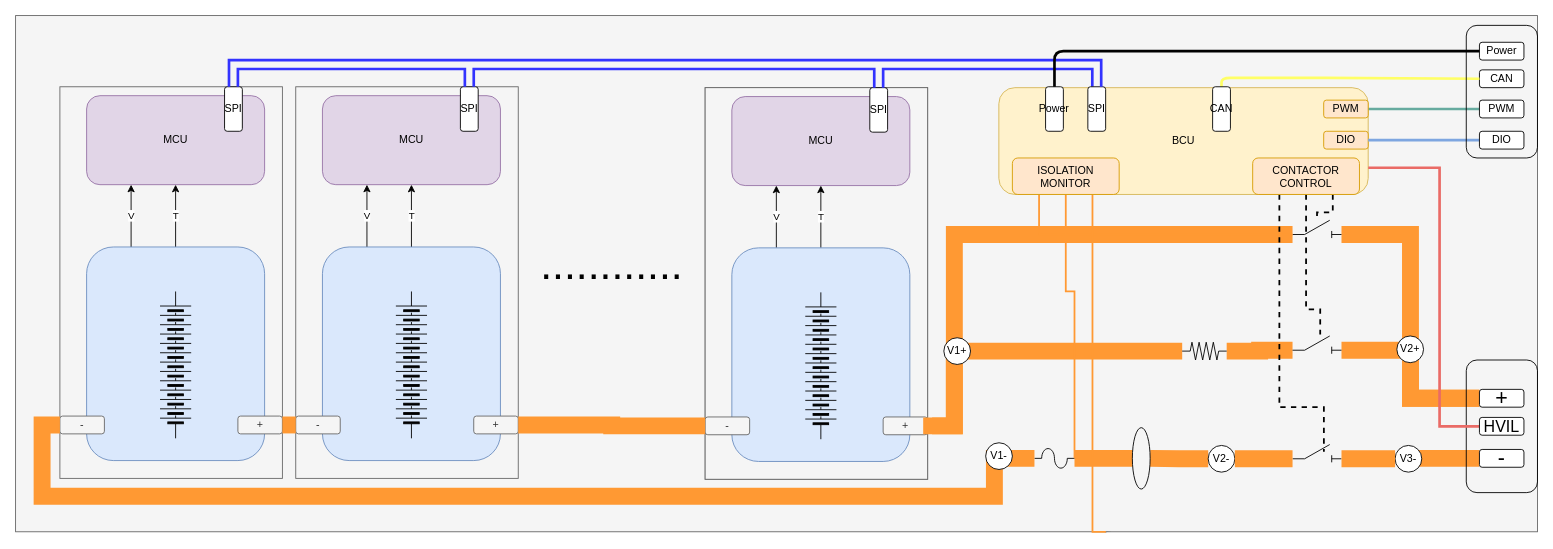
yusufselimkaratas/Draw_Io keeps this draw.io diagram as page "Page-3" (3 of 3) of DRAWINGS/HV_BMS_Flow.drawio. Above is the earlier version. Source tidied: cells renumbered, new cells numbered last; positions are measured from the earlier drawing's top-left corner, leaving out a move shared by most shapes. Both pictures are drawn from the tidied source at 89%, with x=0, y=0 at pixel (15, 15).
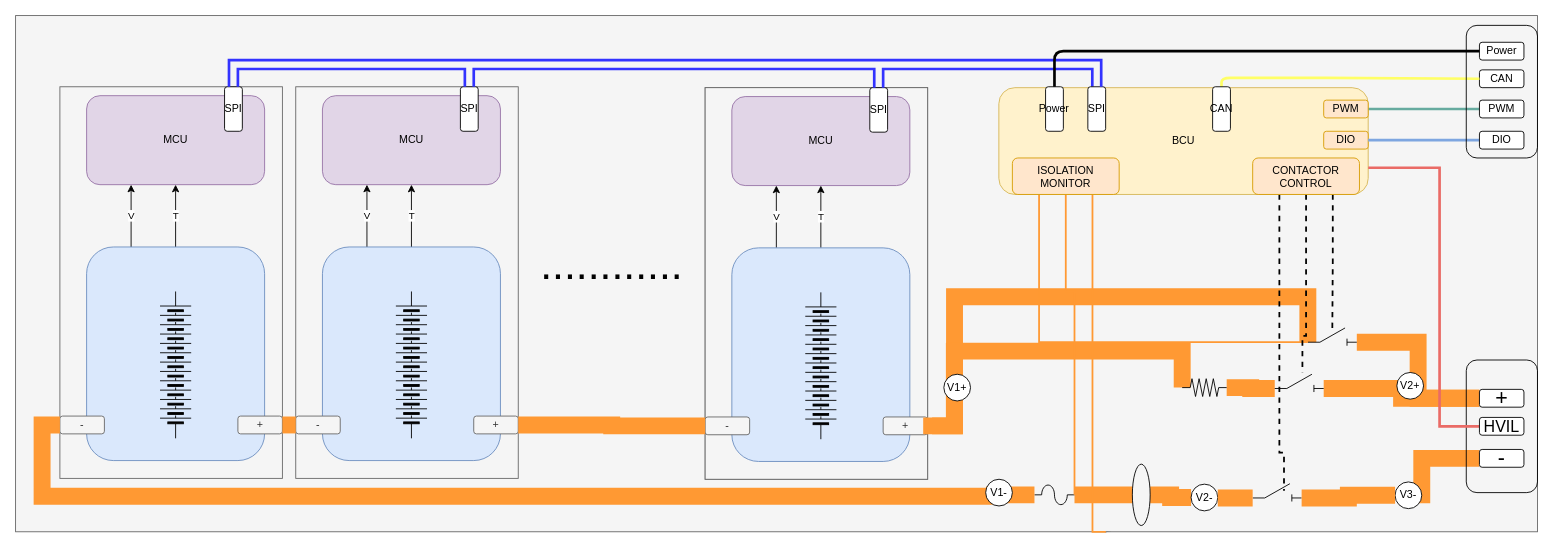
The same page after the edit.

Unchanged cells that the change refers to:
```xml
<mxCell id="82" value="CONTACTOR&lt;br&gt;CONTROL" style="rounded=1;whiteSpace=wrap;html=1;fillColor=#ffe6cc;strokeColor=#d79b00;" parent="1" vertex="1">
  <mxGeometry x="1390" y="160" width="120" height="41" as="geometry" />
</mxCell>
```

The edit, as a diff of the source:
```diff
@@
     <mxCell id="40" style="verticalLabelPosition=bottom;shadow=0;dashed=0;align=center;html=1;verticalAlign=top;shape=mxgraph.electrical.electro-mechanical.isolator;fillColor=none;" parent="1" vertex="1">
-      <mxGeometry x="1434.8" y="482" width="55" height="20" as="geometry" />
+      <mxGeometry x="1390" y="526" width="55" height="20" as="geometry" />
     </mxCell>
@@
     <mxCell id="42" style="verticalLabelPosition=bottom;shadow=0;dashed=0;align=center;html=1;verticalAlign=top;shape=mxgraph.electrical.miscellaneous.fuse_4;fillColor=none;" parent="1" vertex="1">
-      <mxGeometry x="1144.8" y="486.5" width="45" height="22" as="geometry" />
+      <mxGeometry x="1144.8" y="527.5" width="45" height="22" as="geometry" />
     </mxCell>
-    <mxCell id="43" style="edgeStyle=orthogonalEdgeStyle;rounded=0;jettySize=auto;html=1;exitX=1;exitY=0.5;exitDx=0;exitDy=0;endArrow=none;endFill=0;strokeColor=#CC6600;strokeWidth=19;" parent="1" edge="1" source="44">
-      <mxGeometry relative="1" as="geometry">
-        <mxPoint x="1274.8" y="498" as="targetPoint" />
-      </mxGeometry>
-    </mxCell>
     <mxCell id="44" style="ellipse;whiteSpace=wrap;html=1;fillColor=none;" parent="1" vertex="1">
-      <mxGeometry x="1254.8" y="463" width="20" height="69" as="geometry" />
+      <mxGeometry x="1254.8" y="504" width="20" height="69" as="geometry" />
     </mxCell>
@@
     <mxCell id="46" style="edgeStyle=orthogonalEdgeStyle;rounded=0;jettySize=auto;html=1;exitX=0;exitY=0.8;exitDx=0;exitDy=0;exitPerimeter=0;entryX=1;entryY=0.5;entryDx=0;entryDy=0;endArrow=none;endFill=0;strokeWidth=19;strokeColor=#FF9933;" parent="1" edge="1" source="48">
       <mxGeometry relative="1" as="geometry">
         <mxPoint x="1029.8" y="461" as="targetPoint" />
         <Array as="points">
-          <mxPoint x="1054.8" y="246" />
-          <mxPoint x="1054.8" y="461" />
+          <mxPoint x="1055" y="316" />
+          <mxPoint x="1055" y="461" />
         </Array>
       </mxGeometry>
     </mxCell>
@@
     <mxCell id="48" style="verticalLabelPosition=bottom;shadow=0;dashed=0;align=center;html=1;verticalAlign=top;shape=mxgraph.electrical.electro-mechanical.isolator;fillColor=none;" parent="1" vertex="1">
-      <mxGeometry x="1434.8" y="230" width="55" height="20" as="geometry" />
+      <mxGeometry x="1452" y="351" width="55" height="20" as="geometry" />
     </mxCell>
@@
     <mxCell id="51" style="verticalLabelPosition=bottom;shadow=0;dashed=0;align=center;html=1;verticalAlign=top;shape=mxgraph.electrical.electro-mechanical.isolator;fillColor=none;" parent="1" vertex="1">
-      <mxGeometry x="1434.8" y="360" width="55" height="20" as="geometry" />
+      <mxGeometry x="1414.8" y="403" width="55" height="20" as="geometry" />
     </mxCell>
@@
     <mxCell id="53" style="verticalLabelPosition=bottom;shadow=0;dashed=0;align=center;html=1;verticalAlign=top;shape=mxgraph.electrical.resistors.resistor_2;fillColor=none;" parent="1" vertex="1">
-      <mxGeometry x="1310.8" y="367" width="50" height="20" as="geometry" />
+      <mxGeometry x="1310.8" y="408" width="50" height="20" as="geometry" />
     </mxCell>
@@
     <mxCell id="72" value="V1-" style="ellipse;whiteSpace=wrap;html=1;" parent="1" vertex="1">
-      <mxGeometry x="1090" y="480" width="30" height="30" as="geometry" />
+      <mxGeometry x="1090" y="521" width="30" height="30" as="geometry" />
     </mxCell>
     <mxCell id="73" value="V2-" style="ellipse;whiteSpace=wrap;html=1;" parent="1" vertex="1">
-      <mxGeometry x="1340" y="483" width="30" height="30" as="geometry" />
+      <mxGeometry x="1320.8" y="526.5" width="30" height="30" as="geometry" />
     </mxCell>
-    <mxCell id="74" style="edgeStyle=orthogonalEdgeStyle;rounded=0;jettySize=auto;html=1;exitX=0;exitY=0.8;exitDx=0;exitDy=0;exitPerimeter=0;endArrow=none;endFill=0;strokeWidth=19;strokeColor=#FF9933;" parent="1" edge="1" source="40" target="73">
+    <mxCell id="74" style="edgeStyle=orthogonalEdgeStyle;rounded=0;jettySize=auto;html=1;exitX=0;exitY=0.8;exitDx=0;exitDy=0;exitPerimeter=0;endArrow=none;endFill=0;strokeWidth=19;strokeColor=#FF9933;entryX=1;entryY=0.5;entryDx=0;entryDy=0;" parent="1" edge="1" source="40" target="73">
       <mxGeometry relative="1" as="geometry" />
     </mxCell>
     <mxCell id="75" value="V3-" style="ellipse;whiteSpace=wrap;html=1;" parent="1" vertex="1">
-      <mxGeometry x="1550" y="483" width="30" height="30" as="geometry" />
+      <mxGeometry x="1550" y="524" width="30" height="30" as="geometry" />
     </mxCell>
@@
     <mxCell id="77" value="V2+" style="ellipse;whiteSpace=wrap;html=1;" parent="1" vertex="1">
-      <mxGeometry x="1552" y="360" width="30" height="30" as="geometry" />
+      <mxGeometry x="1552" y="401" width="30" height="30" as="geometry" />
     </mxCell>
     <mxCell id="78" value="V1+" style="ellipse;whiteSpace=wrap;html=1;" parent="1" vertex="1">
-      <mxGeometry x="1043" y="362" width="30" height="30" as="geometry" />
+      <mxGeometry x="1043" y="403" width="30" height="30" as="geometry" />
     </mxCell>
@@
     <mxCell id="80" style="edgeStyle=orthogonalEdgeStyle;rounded=0;jettySize=auto;html=1;exitX=0.5;exitY=1;exitDx=0;exitDy=0;entryX=0.565;entryY=-0.083;entryDx=0;entryDy=0;entryPerimeter=0;dashed=1;endArrow=none;endFill=0;strokeColor=#000000;strokeWidth=2;" parent="1" edge="1" source="82" target="51">
       <mxGeometry relative="1" as="geometry">
         <Array as="points">
-          <mxPoint x="1450" y="330" />
-          <mxPoint x="1466" y="330" />
+          <mxPoint x="1450" y="360" />
         </Array>
       </mxGeometry>
     </mxCell>
     <mxCell id="81" style="edgeStyle=orthogonalEdgeStyle;rounded=0;jettySize=auto;html=1;exitX=0.25;exitY=1;exitDx=0;exitDy=0;entryX=0.64;entryY=0.4;entryDx=0;entryDy=0;entryPerimeter=0;dashed=1;endArrow=none;endFill=0;strokeColor=#000000;strokeWidth=2;" parent="1" edge="1" source="82" target="40">
       <mxGeometry relative="1" as="geometry">
         <Array as="points">
-          <mxPoint x="1420" y="440" />
-          <mxPoint x="1470" y="440" />
+          <mxPoint x="1420" y="491" />
         </Array>
       </mxGeometry>
     </mxCell>
```
